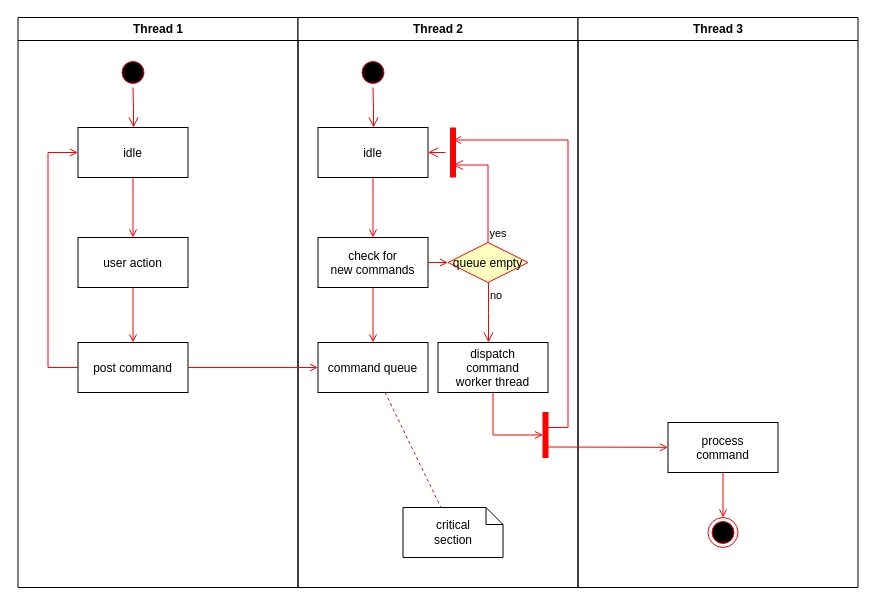
k-wtamu/CIDM6330 keeps this draw.io diagram as Assignment 1/ReDoActivityDiagram.drawio. Above is the earlier version. Source tidied: cells renumbered, new cells numbered last; positions are measured from the earlier drawing's top-left corner, leaving out a move shared by most shapes. Both pictures are drawn from the tidied source at 100%, with x=0, y=0 at pixel (17, 17).
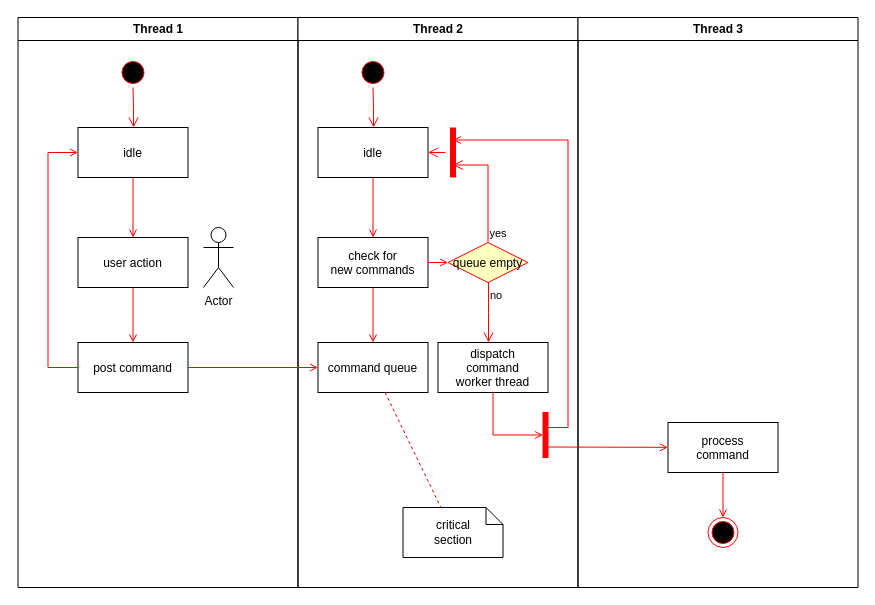
The same diagram, later.

Unchanged cells that the change refers to:
```xml
<mxCell id="2" value="Thread 1" style="swimlane;whiteSpace=wrap;" parent="1" vertex="1">
  <mxGeometry x="0.5" width="280" height="570" as="geometry" />
</mxCell>
```

What changed in the source:
```diff
@@
+    <mxCell id="37" value="Actor" style="shape=umlActor;verticalLabelPosition=bottom;verticalAlign=top;html=1;" parent="2" vertex="1">
+      <mxGeometry x="185.5" y="210" width="30" height="60" as="geometry" />
+    </mxCell>
```
